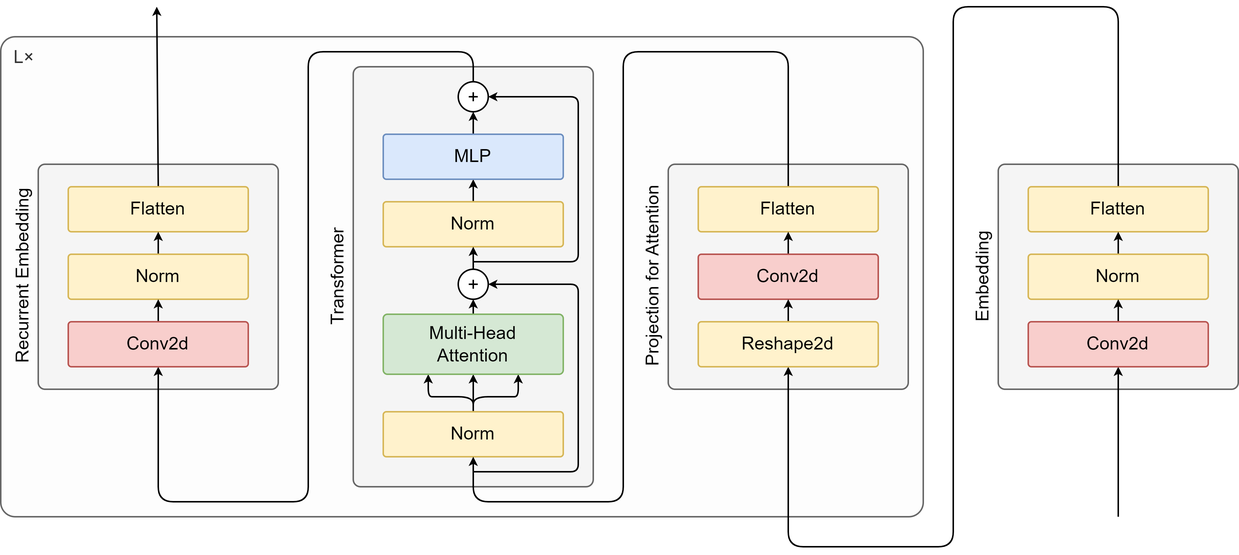
Before: CvT-Original.drawio.png, a diagram exported from draw.io (SeyaSchmassmann/wods). Source tidied: cells renumbered, new cells last; positions are measured from the earlier drawing's top-left corner, leaving out a move shared by most shapes.
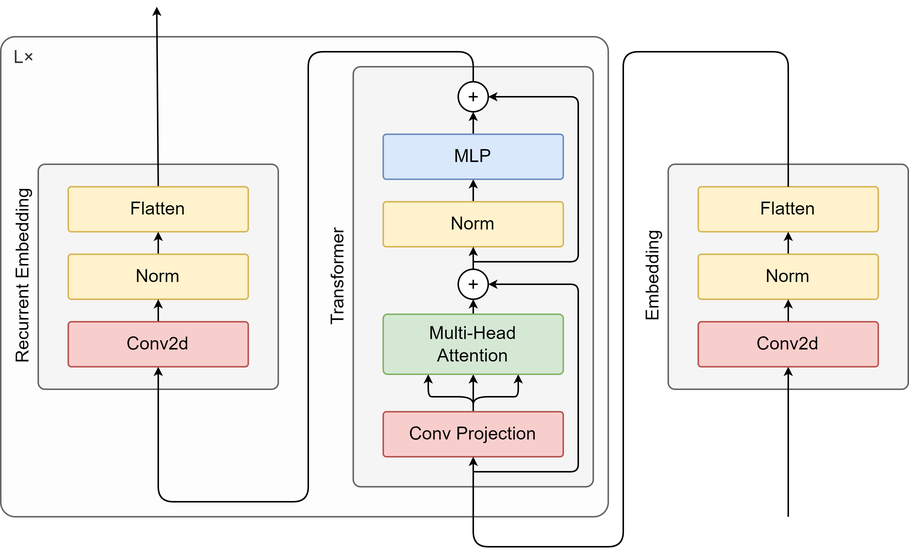
The same file after the commit.

Diff of the diagram source:
```diff
@@ -3,7 +3,7 @@
     <mxCell id="0" />
     <mxCell id="1" parent="0" />
     <mxCell id="2" value="L×" style="rounded=1;whiteSpace=wrap;html=1;arcSize=3;verticalAlign=top;align=left;spacingLeft=7;fillColor=light-dark(#fdfdfd, #1a1a1a);fontColor=#333333;strokeColor=#666666;fontStyle=0;" parent="1" vertex="1">
-      <mxGeometry y="20" width="615" height="320" as="geometry" />
+      <mxGeometry y="20" width="405" height="320" as="geometry" />
     </mxCell>
     <mxCell id="3" style="rounded=1;whiteSpace=wrap;html=1;fillColor=#f5f5f5;fontColor=#333333;strokeColor=#666666;arcSize=3;" parent="1" vertex="1">
       <mxGeometry x="445" y="105" width="160" height="150" as="geometry" />
@@ -11,41 +11,25 @@
     <mxCell id="4" style="rounded=1;whiteSpace=wrap;html=1;fillColor=#f5f5f5;fontColor=#333333;strokeColor=#666666;arcSize=3;verticalAlign=top;align=left;spacingLeft=7;" parent="1" vertex="1">
       <mxGeometry x="235" y="40" width="160" height="280" as="geometry" />
     </mxCell>
-    <mxCell id="5" style="rounded=1;whiteSpace=wrap;html=1;fillColor=#f5f5f5;fontColor=#333333;strokeColor=#666666;arcSize=3;" parent="1" vertex="1">
-      <mxGeometry x="665" y="105" width="160" height="150" as="geometry" />
-    </mxCell>
-    <mxCell id="6" style="edgeStyle=none;html=1;exitX=0.5;exitY=0;exitDx=0;exitDy=0;endSize=3;startSize=3;entryX=0.5;entryY=1;entryDx=0;entryDy=0;" parent="1" edge="1" source="8" target="50">
-      <mxGeometry relative="1" as="geometry">
-        <Array as="points">
-          <mxPoint x="745" />
-          <mxPoint x="635" />
-          <mxPoint x="635" y="360" />
-          <mxPoint x="525" y="360" />
-        </Array>
-      </mxGeometry>
-    </mxCell>
-    <mxCell id="7" value="Embedding" style="text;html=1;align=center;verticalAlign=middle;whiteSpace=wrap;rounded=0;horizontal=0;" parent="1" vertex="1">
-      <mxGeometry x="645" y="145" width="20" height="70" as="geometry" />
-    </mxCell>
     <mxCell id="8" value="Flatten" style="rounded=1;whiteSpace=wrap;html=1;fillColor=#fff2cc;strokeColor=#d6b656;arcSize=7;" parent="1" vertex="1">
-      <mxGeometry x="685" y="120" width="120" height="30" as="geometry" />
+      <mxGeometry x="465" y="120" width="120" height="30" as="geometry" />
     </mxCell>
     <mxCell id="9" style="edgeStyle=none;html=1;startSize=3;endSize=3;" parent="1" edge="1" source="10" target="8">
       <mxGeometry relative="1" as="geometry" />
     </mxCell>
     <mxCell id="10" value="&lt;font style=&quot;color: rgb(0, 0, 0);&quot;&gt;Norm&lt;/font&gt;" style="rounded=1;whiteSpace=wrap;html=1;fillColor=#fff2cc;strokeColor=#d6b656;arcSize=7;" parent="1" vertex="1">
-      <mxGeometry x="685" y="165" width="120" height="30" as="geometry" />
+      <mxGeometry x="465" y="165" width="120" height="30" as="geometry" />
     </mxCell>
     <mxCell id="11" style="edgeStyle=none;html=1;endSize=3;startSize=3;" parent="1" edge="1" source="13" target="10">
       <mxGeometry relative="1" as="geometry" />
     </mxCell>
     <mxCell id="12" style="edgeStyle=none;html=1;endArrow=none;endFill=0;startArrow=classic;startFill=1;endSize=3;startSize=3;" parent="1" edge="1" source="13">
       <mxGeometry relative="1" as="geometry">
-        <mxPoint x="745" y="340" as="targetPoint" />
+        <mxPoint x="525" y="340" as="targetPoint" />
       </mxGeometry>
     </mxCell>
     <mxCell id="13" value="&lt;font style=&quot;color: rgb(0, 0, 0);&quot;&gt;Conv2d&lt;br&gt;&lt;/font&gt;" style="rounded=1;whiteSpace=wrap;html=1;fillColor=#f8cecc;strokeColor=#b85450;arcSize=7;" parent="1" vertex="1">
-      <mxGeometry x="685" y="210" width="120" height="30" as="geometry" />
+      <mxGeometry x="465" y="210" width="120" height="30" as="geometry" />
     </mxCell>
     <mxCell id="14" style="rounded=1;whiteSpace=wrap;html=1;fillColor=#f5f5f5;fontColor=#333333;strokeColor=#666666;arcSize=3;" parent="1" vertex="1">
       <mxGeometry x="25" y="105" width="160" height="150" as="geometry" />
@@ -71,7 +55,7 @@
         </Array>
       </mxGeometry>
     </mxCell>
-    <mxCell id="18" value="Norm" style="rounded=1;whiteSpace=wrap;html=1;fillColor=#fff2cc;strokeColor=#d6b656;arcSize=7;" parent="1" vertex="1">
+    <mxCell id="18" value="Conv Projection" style="rounded=1;whiteSpace=wrap;html=1;fillColor=#f8cecc;strokeColor=#b85450;arcSize=7;" parent="1" vertex="1">
       <mxGeometry x="255" y="270" width="120" height="30" as="geometry" />
     </mxCell>
     <mxCell id="19" style="edgeStyle=none;html=1;exitX=0.5;exitY=0;exitDx=0;exitDy=0;entryX=0.5;entryY=1;entryDx=0;entryDy=0;endArrow=classic;endFill=1;startSize=3;endSize=3;" parent="1" edge="1" source="20" target="34">
@@ -170,33 +154,28 @@
     <mxCell id="43" value="&lt;font style=&quot;color: rgb(0, 0, 0);&quot;&gt;Conv2d&lt;br&gt;&lt;/font&gt;" style="rounded=1;whiteSpace=wrap;html=1;fillColor=#f8cecc;strokeColor=#b85450;arcSize=7;" parent="1" vertex="1">
       <mxGeometry x="45" y="210" width="120" height="30" as="geometry" />
     </mxCell>
-    <mxCell id="44" style="edgeStyle=none;html=1;entryX=0.5;entryY=1;entryDx=0;entryDy=0;endSize=3;startSize=3;exitX=0.5;exitY=0;exitDx=0;exitDy=0;" parent="1" edge="1" source="46" target="18">
+    <mxCell id="44" style="edgeStyle=none;html=1;entryX=0.5;entryY=1;entryDx=0;entryDy=0;endSize=3;startSize=3;" parent="1" edge="1" source="8" target="18">
       <mxGeometry relative="1" as="geometry">
         <Array as="points">
           <mxPoint x="525" y="30" />
           <mxPoint x="415" y="30" />
-          <mxPoint x="415" y="330" />
-          <mxPoint x="315" y="330" />
+          <mxPoint x="415" y="360" />
+          <mxPoint x="315" y="360" />
         </Array>
       </mxGeometry>
     </mxCell>
-    <mxCell id="45" value="Projection for Attention" style="text;html=1;align=center;verticalAlign=middle;whiteSpace=wrap;rounded=0;horizontal=0;" parent="1" vertex="1">
+    <mxCell id="45" value="&lt;span style=&quot;color: rgb(0, 0, 0);&quot;&gt;Embedding&lt;/span&gt;" style="text;html=1;align=center;verticalAlign=middle;whiteSpace=wrap;rounded=0;horizontal=0;" parent="1" vertex="1">
       <mxGeometry x="425" y="112.5" width="20" height="135" as="geometry" />
     </mxCell>
-    <mxCell id="46" value="Flatten" style="rounded=1;whiteSpace=wrap;html=1;fillColor=#fff2cc;strokeColor=#d6b656;arcSize=7;" parent="1" vertex="1">
-      <mxGeometry x="465" y="120" width="120" height="30" as="geometry" />
-    </mxCell>
-    <mxCell id="47" style="edgeStyle=none;html=1;entryX=0.5;entryY=1;entryDx=0;entryDy=0;endSize=3;startSize=3;" parent="1" edge="1" source="48" target="46">
-      <mxGeometry relative="1" as="geometry" />
+    <mxCell id="47" style="edgeStyle=none;html=1;entryX=0.5;entryY=1;entryDx=0;entryDy=0;endSize=3;startSize=3;" parent="1" edge="1" target="x">
+      <mxGeometry relative="1" as="geometry">
+        <mxPoint x="525" y="165" as="sourcePoint" />
+      </mxGeometry>
     </mxCell>
-    <mxCell id="48" value="&lt;font style=&quot;color: rgb(0, 0, 0);&quot;&gt;Conv2d&lt;br&gt;&lt;/font&gt;" style="rounded=1;whiteSpace=wrap;html=1;fillColor=#f8cecc;strokeColor=#b85450;arcSize=7;" parent="1" vertex="1">
-      <mxGeometry x="465" y="165" width="120" height="30" as="geometry" />
-    </mxCell>
-    <mxCell id="49" style="edgeStyle=none;html=1;entryX=0.5;entryY=1;entryDx=0;entryDy=0;endSize=3;startSize=3;" parent="1" edge="1" source="50" target="48">
-      <mxGeometry relative="1" as="geometry" />
+    <mxCell id="49" style="edgeStyle=none;html=1;entryX=0.5;entryY=1;entryDx=0;entryDy=0;endSize=3;startSize=3;" parent="1" edge="1" target="x">
+      <mxGeometry relative="1" as="geometry">
+        <mxPoint x="525" y="210" as="sourcePoint" />
+      </mxGeometry>
     </mxCell>
-    <mxCell id="50" value="&lt;font style=&quot;color: rgb(0, 0, 0);&quot;&gt;Reshape2d&lt;/font&gt;" style="rounded=1;whiteSpace=wrap;html=1;fillColor=#fff2cc;strokeColor=#d6b656;arcSize=7;" parent="1" vertex="1">
-      <mxGeometry x="465" y="210" width="120" height="30" as="geometry" />
-    </mxCell>
   </root>
 </mxGraphModel>
```
